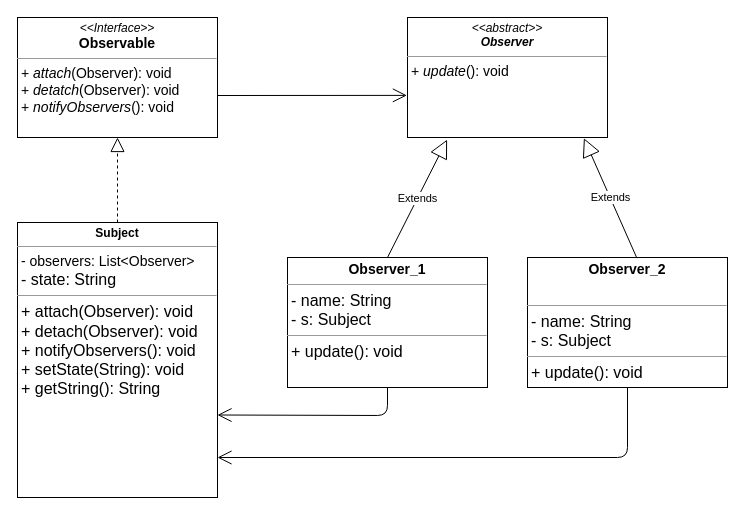
Earlier version of the draw.io diagram observer_class.drawio (HolgerSinComcaveTraining/04_patterns_observer_class). Source tidied: cells renumbered, new cells numbered last; positions are measured from the earlier drawing's top-left corner, leaving out a move shared by most shapes. Both pictures are drawn from the tidied source at 100%, with x=0, y=0 at pixel (17, 17).
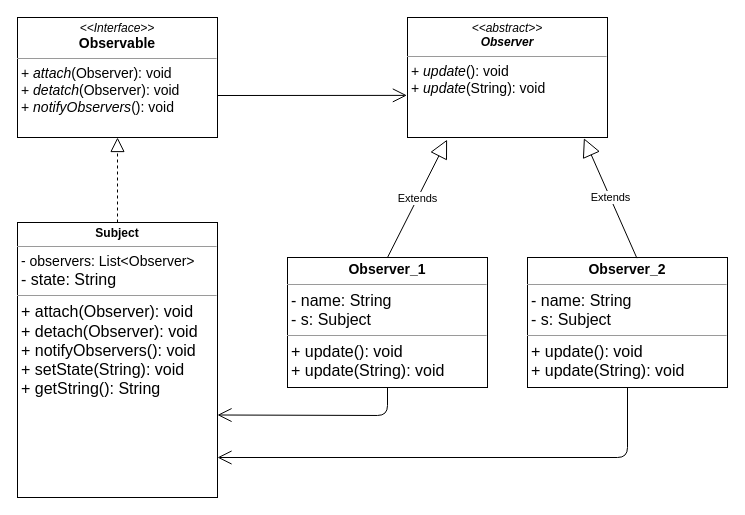
The same page after the edit.

Change to the diagram source:
```diff
@@
 <mxGraphModel>
   <root>
     <mxCell id="0" />
     <mxCell id="1" parent="0" />
-    <mxCell id="2" value="&lt;p style=&quot;margin: 0px ; margin-top: 4px ; text-align: center&quot;&gt;&lt;b&gt;&lt;font style=&quot;font-size: 14px&quot;&gt;Observer_1&lt;/font&gt;&lt;/b&gt;&lt;/p&gt;&lt;hr size=&quot;1&quot;&gt;&lt;p style=&quot;margin: 0px ; margin-left: 4px&quot;&gt;&lt;font size=&quot;3&quot;&gt;- name: String&lt;/font&gt;&lt;/p&gt;&lt;p style=&quot;margin: 0px ; margin-left: 4px&quot;&gt;&lt;font size=&quot;3&quot;&gt;- s: Subject&lt;/font&gt;&lt;/p&gt;&lt;hr size=&quot;1&quot;&gt;&lt;p style=&quot;margin: 0px ; margin-left: 4px&quot;&gt;&lt;font size=&quot;3&quot;&gt;+&amp;nbsp;&lt;/font&gt;&lt;span style=&quot;font-size: medium&quot;&gt;update&lt;/span&gt;&lt;font size=&quot;3&quot;&gt;(): void&lt;/font&gt;&lt;/p&gt;&lt;p style=&quot;margin: 0px ; margin-left: 4px&quot;&gt;&lt;br&gt;&lt;/p&gt;&lt;p style=&quot;margin: 0px ; margin-left: 4px&quot;&gt;&lt;font size=&quot;3&quot;&gt;&lt;br&gt;&lt;/font&gt;&lt;/p&gt;&lt;p style=&quot;margin: 0px ; margin-left: 4px&quot;&gt;&lt;font size=&quot;3&quot;&gt;&lt;br&gt;&lt;/font&gt;&lt;/p&gt;&lt;p style=&quot;margin: 0px ; margin-left: 4px&quot;&gt;&lt;br&gt;&lt;/p&gt;&lt;p style=&quot;margin: 0px ; margin-left: 4px&quot;&gt;&lt;br&gt;&lt;/p&gt;&lt;p style=&quot;margin: 0px ; margin-left: 4px&quot;&gt;&lt;br&gt;&lt;/p&gt;" style="verticalAlign=top;align=left;overflow=fill;fontSize=12;fontFamily=Helvetica;html=1;" parent="1" vertex="1">
+    <mxCell id="2" value="&lt;p style=&quot;margin: 0px ; margin-top: 4px ; text-align: center&quot;&gt;&lt;b&gt;&lt;font style=&quot;font-size: 14px&quot;&gt;Observer_1&lt;/font&gt;&lt;/b&gt;&lt;/p&gt;&lt;hr size=&quot;1&quot;&gt;&lt;p style=&quot;margin: 0px ; margin-left: 4px&quot;&gt;&lt;font size=&quot;3&quot;&gt;- name: String&lt;/font&gt;&lt;/p&gt;&lt;p style=&quot;margin: 0px ; margin-left: 4px&quot;&gt;&lt;font size=&quot;3&quot;&gt;- s: Subject&lt;/font&gt;&lt;/p&gt;&lt;hr size=&quot;1&quot;&gt;&lt;p style=&quot;margin: 0px ; margin-left: 4px&quot;&gt;&lt;font size=&quot;3&quot;&gt;+&amp;nbsp;&lt;/font&gt;&lt;span style=&quot;font-size: medium&quot;&gt;update&lt;/span&gt;&lt;font size=&quot;3&quot;&gt;(): void&lt;/font&gt;&lt;/p&gt;&lt;p style=&quot;margin: 0px 0px 0px 4px&quot;&gt;&lt;font size=&quot;3&quot;&gt;+&amp;nbsp;&lt;/font&gt;&lt;span style=&quot;font-size: medium&quot;&gt;update&lt;/span&gt;&lt;font size=&quot;3&quot;&gt;(String): void&lt;/font&gt;&lt;/p&gt;&lt;p style=&quot;margin: 0px 0px 0px 4px&quot;&gt;&lt;br&gt;&lt;/p&gt;&lt;p style=&quot;margin: 0px ; margin-left: 4px&quot;&gt;&lt;font size=&quot;3&quot;&gt;&lt;br&gt;&lt;/font&gt;&lt;/p&gt;&lt;p style=&quot;margin: 0px ; margin-left: 4px&quot;&gt;&lt;font size=&quot;3&quot;&gt;&lt;br&gt;&lt;/font&gt;&lt;/p&gt;&lt;p style=&quot;margin: 0px ; margin-left: 4px&quot;&gt;&lt;br&gt;&lt;/p&gt;&lt;p style=&quot;margin: 0px ; margin-left: 4px&quot;&gt;&lt;br&gt;&lt;/p&gt;&lt;p style=&quot;margin: 0px ; margin-left: 4px&quot;&gt;&lt;br&gt;&lt;/p&gt;" style="verticalAlign=top;align=left;overflow=fill;fontSize=12;fontFamily=Helvetica;html=1;" parent="1" vertex="1">
       <mxGeometry x="270" y="240" width="200" height="130" as="geometry" />
     </mxCell>
     <mxCell id="3" style="edgeStyle=orthogonalEdgeStyle;rounded=0;orthogonalLoop=1;jettySize=auto;html=1;exitX=0.5;exitY=1;exitDx=0;exitDy=0;" parent="1" edge="1" source="2" target="2">
       <mxGeometry relative="1" as="geometry" />
     </mxCell>
     <mxCell id="4" value="&lt;p style=&quot;margin: 0px ; margin-top: 4px ; text-align: center&quot;&gt;&lt;b&gt;&lt;font style=&quot;font-size: 12px&quot;&gt;Subject&lt;/font&gt;&lt;/b&gt;&lt;/p&gt;&lt;hr size=&quot;1&quot;&gt;&lt;p style=&quot;margin: 0px ; margin-left: 4px&quot;&gt;&lt;font style=&quot;font-size: 14px&quot;&gt;- observers: List&amp;lt;Observer&amp;gt;&lt;/font&gt;&lt;/p&gt;&lt;p style=&quot;margin: 0px ; margin-left: 4px&quot;&gt;&lt;font size=&quot;3&quot;&gt;- state: String&lt;/font&gt;&lt;/p&gt;&lt;hr size=&quot;1&quot;&gt;&lt;p style=&quot;margin: 0px ; margin-left: 4px&quot;&gt;&lt;font size=&quot;3&quot;&gt;+&amp;nbsp;attach(Observer): void&lt;/font&gt;&lt;/p&gt;&lt;p style=&quot;margin: 0px ; margin-left: 4px&quot;&gt;&lt;font size=&quot;3&quot;&gt;+ detach&lt;/font&gt;&lt;font size=&quot;3&quot;&gt;(Observer): void&lt;br&gt;+ notifyObservers(): void&lt;/font&gt;&lt;/p&gt;&lt;p style=&quot;margin: 0px ; margin-left: 4px&quot;&gt;&lt;font size=&quot;3&quot;&gt;+ setState(String): void&lt;/font&gt;&lt;/p&gt;&lt;p style=&quot;margin: 0px ; margin-left: 4px&quot;&gt;&lt;font size=&quot;3&quot;&gt;+ getString(): String&lt;/font&gt;&lt;/p&gt;&lt;br&gt;&lt;p style=&quot;margin: 0px ; margin-left: 4px&quot;&gt;&lt;font size=&quot;3&quot;&gt;&lt;br&gt;&lt;/font&gt;&lt;/p&gt;&lt;p style=&quot;margin: 0px ; margin-left: 4px&quot;&gt;&lt;font size=&quot;3&quot;&gt;&lt;br&gt;&lt;/font&gt;&lt;/p&gt;&lt;p style=&quot;margin: 0px ; margin-left: 4px&quot;&gt;&lt;br&gt;&lt;/p&gt;&lt;p style=&quot;margin: 0px ; margin-left: 4px&quot;&gt;&lt;br&gt;&lt;/p&gt;&lt;p style=&quot;margin: 0px ; margin-left: 4px&quot;&gt;&lt;br&gt;&lt;/p&gt;" style="verticalAlign=top;align=left;overflow=fill;fontSize=12;fontFamily=Helvetica;html=1;" parent="1" vertex="1">
       <mxGeometry y="205" width="200" height="275" as="geometry" />
     </mxCell>
     <mxCell id="5" style="edgeStyle=orthogonalEdgeStyle;rounded=0;orthogonalLoop=1;jettySize=auto;html=1;exitX=0.5;exitY=1;exitDx=0;exitDy=0;" parent="1" edge="1">
       <mxGeometry relative="1" as="geometry">
         <mxPoint x="290" y="240" as="sourcePoint" />
         <mxPoint x="290" y="240" as="targetPoint" />
       </mxGeometry>
     </mxCell>
     <mxCell id="6" value="&lt;p style=&quot;margin: 0px ; margin-top: 4px ; text-align: center&quot;&gt;&lt;i&gt;&amp;lt;&amp;lt;Interface&amp;gt;&amp;gt;&lt;/i&gt;&lt;br&gt;&lt;b&gt;&lt;font style=&quot;font-size: 14px&quot;&gt;Observable&lt;/font&gt;&lt;/b&gt;&lt;/p&gt;&lt;hr size=&quot;1&quot;&gt;&lt;p style=&quot;margin: 0px ; margin-left: 4px&quot;&gt;&lt;font style=&quot;font-size: 14px&quot;&gt;+ &lt;i&gt;attach&lt;/i&gt;(Observer): void&lt;br&gt;+ &lt;i&gt;detatch&lt;/i&gt;(Observer): void&lt;br&gt;&lt;/font&gt;&lt;/p&gt;&lt;p style=&quot;margin: 0px ; margin-left: 4px&quot;&gt;&lt;font style=&quot;font-size: 14px&quot;&gt;+ &lt;i&gt;notifyObservers&lt;/i&gt;(): void&lt;/font&gt;&lt;br&gt;&lt;/p&gt;" style="verticalAlign=top;align=left;overflow=fill;fontSize=12;fontFamily=Helvetica;html=1;" parent="1" vertex="1">
       <mxGeometry width="200" height="120" as="geometry" />
     </mxCell>
-    <mxCell id="7" value="&lt;p style=&quot;margin: 0px ; margin-top: 4px ; text-align: center&quot;&gt;&lt;i&gt;&amp;lt;&amp;lt;abstract&amp;gt;&amp;gt;&lt;/i&gt;&lt;br&gt;&lt;b&gt;&lt;i&gt;Observer&lt;/i&gt;&lt;/b&gt;&lt;/p&gt;&lt;hr size=&quot;1&quot;&gt;&lt;p style=&quot;margin: 0px ; margin-left: 4px&quot;&gt;&lt;span style=&quot;font-size: 14px&quot;&gt;+ &lt;/span&gt;&lt;i style=&quot;font-size: 14px&quot;&gt;update&lt;/i&gt;&lt;span style=&quot;font-size: 14px&quot;&gt;(): void&lt;/span&gt;&lt;br&gt;&lt;/p&gt;" style="verticalAlign=top;align=left;overflow=fill;fontSize=12;fontFamily=Helvetica;html=1;" parent="1" vertex="1">
+    <mxCell id="7" value="&lt;p style=&quot;margin: 0px ; margin-top: 4px ; text-align: center&quot;&gt;&lt;i&gt;&amp;lt;&amp;lt;abstract&amp;gt;&amp;gt;&lt;/i&gt;&lt;br&gt;&lt;b&gt;&lt;i&gt;Observer&lt;/i&gt;&lt;/b&gt;&lt;/p&gt;&lt;hr size=&quot;1&quot;&gt;&lt;p style=&quot;margin: 0px ; margin-left: 4px&quot;&gt;&lt;span style=&quot;font-size: 14px&quot;&gt;+ &lt;/span&gt;&lt;i style=&quot;font-size: 14px&quot;&gt;update&lt;/i&gt;&lt;span style=&quot;font-size: 14px&quot;&gt;(): void&lt;/span&gt;&lt;br&gt;&lt;/p&gt;&lt;p style=&quot;margin: 0px ; margin-left: 4px&quot;&gt;&lt;span style=&quot;font-size: 14px&quot;&gt;+&amp;nbsp;&lt;/span&gt;&lt;i style=&quot;font-size: 14px&quot;&gt;update&lt;/i&gt;&lt;span style=&quot;font-size: 14px&quot;&gt;(String): void&lt;/span&gt;&lt;span style=&quot;font-size: 14px&quot;&gt;&lt;br&gt;&lt;/span&gt;&lt;/p&gt;" style="verticalAlign=top;align=left;overflow=fill;fontSize=12;fontFamily=Helvetica;html=1;" parent="1" vertex="1">
       <mxGeometry x="390" width="200" height="120" as="geometry" />
     </mxCell>
     <mxCell id="8" style="endArrow=block;dashed=1;endFill=0;endSize=12;html=1;exitX=0.5;exitY=0;exitDx=0;exitDy=0;entryX=0.5;entryY=1;entryDx=0;entryDy=0;" parent="1" edge="1" source="4" target="6">
       <mxGeometry relative="1" as="geometry" />
     </mxCell>
-    <mxCell id="9" value="&lt;p style=&quot;margin: 0px ; margin-top: 4px ; text-align: center&quot;&gt;&lt;b&gt;&lt;font style=&quot;font-size: 14px&quot;&gt;Observer_2&lt;/font&gt;&lt;/b&gt;&lt;/p&gt;&lt;p style=&quot;margin: 0px ; margin-top: 4px ; text-align: center&quot;&gt;&lt;b&gt;&lt;font style=&quot;font-size: 14px&quot;&gt;&lt;br&gt;&lt;/font&gt;&lt;/b&gt;&lt;/p&gt;&lt;hr size=&quot;1&quot;&gt;&lt;p style=&quot;margin: 0px ; margin-left: 4px&quot;&gt;&lt;font size=&quot;3&quot;&gt;- name: String&lt;/font&gt;&lt;/p&gt;&lt;p style=&quot;margin: 0px ; margin-left: 4px&quot;&gt;&lt;font size=&quot;3&quot;&gt;- s: Subject&lt;/font&gt;&lt;/p&gt;&lt;hr size=&quot;1&quot;&gt;&lt;p style=&quot;margin: 0px ; margin-left: 4px&quot;&gt;&lt;font size=&quot;3&quot;&gt;+&amp;nbsp;&lt;/font&gt;&lt;span style=&quot;font-size: medium&quot;&gt;update&lt;/span&gt;&lt;font size=&quot;3&quot;&gt;(): void&lt;/font&gt;&lt;/p&gt;&lt;p style=&quot;margin: 0px ; margin-left: 4px&quot;&gt;&lt;br&gt;&lt;/p&gt;&lt;p style=&quot;margin: 0px ; margin-left: 4px&quot;&gt;&lt;font size=&quot;3&quot;&gt;&lt;br&gt;&lt;/font&gt;&lt;/p&gt;&lt;p style=&quot;margin: 0px ; margin-left: 4px&quot;&gt;&lt;font size=&quot;3&quot;&gt;&lt;br&gt;&lt;/font&gt;&lt;/p&gt;&lt;p style=&quot;margin: 0px ; margin-left: 4px&quot;&gt;&lt;br&gt;&lt;/p&gt;&lt;p style=&quot;margin: 0px ; margin-left: 4px&quot;&gt;&lt;br&gt;&lt;/p&gt;&lt;p style=&quot;margin: 0px ; margin-left: 4px&quot;&gt;&lt;br&gt;&lt;/p&gt;" style="verticalAlign=top;align=left;overflow=fill;fontSize=12;fontFamily=Helvetica;html=1;" parent="1" vertex="1">
+    <mxCell id="9" value="&lt;p style=&quot;margin: 0px ; margin-top: 4px ; text-align: center&quot;&gt;&lt;b&gt;&lt;font style=&quot;font-size: 14px&quot;&gt;Observer_2&lt;/font&gt;&lt;/b&gt;&lt;/p&gt;&lt;hr size=&quot;1&quot;&gt;&lt;p style=&quot;margin: 0px ; margin-left: 4px&quot;&gt;&lt;font size=&quot;3&quot;&gt;- name: String&lt;/font&gt;&lt;/p&gt;&lt;p style=&quot;margin: 0px ; margin-left: 4px&quot;&gt;&lt;font size=&quot;3&quot;&gt;- s: Subject&lt;/font&gt;&lt;/p&gt;&lt;hr size=&quot;1&quot;&gt;&lt;p style=&quot;margin: 0px ; margin-left: 4px&quot;&gt;&lt;font size=&quot;3&quot;&gt;+&amp;nbsp;&lt;/font&gt;&lt;span style=&quot;font-size: medium&quot;&gt;update&lt;/span&gt;&lt;font size=&quot;3&quot;&gt;(): void&lt;/font&gt;&lt;/p&gt;&lt;p style=&quot;margin: 0px 0px 0px 4px&quot;&gt;&lt;font size=&quot;3&quot;&gt;+&amp;nbsp;&lt;/font&gt;&lt;span style=&quot;font-size: medium&quot;&gt;update&lt;/span&gt;&lt;font size=&quot;3&quot;&gt;(String): void&lt;/font&gt;&lt;/p&gt;&lt;p style=&quot;margin: 0px 0px 0px 4px&quot;&gt;&lt;br&gt;&lt;/p&gt;&lt;p style=&quot;margin: 0px ; margin-left: 4px&quot;&gt;&lt;br&gt;&lt;/p&gt;&lt;p style=&quot;margin: 0px ; margin-left: 4px&quot;&gt;&lt;font size=&quot;3&quot;&gt;&lt;br&gt;&lt;/font&gt;&lt;/p&gt;&lt;p style=&quot;margin: 0px ; margin-left: 4px&quot;&gt;&lt;font size=&quot;3&quot;&gt;&lt;br&gt;&lt;/font&gt;&lt;/p&gt;&lt;p style=&quot;margin: 0px ; margin-left: 4px&quot;&gt;&lt;br&gt;&lt;/p&gt;&lt;p style=&quot;margin: 0px ; margin-left: 4px&quot;&gt;&lt;br&gt;&lt;/p&gt;&lt;p style=&quot;margin: 0px ; margin-left: 4px&quot;&gt;&lt;br&gt;&lt;/p&gt;" style="verticalAlign=top;align=left;overflow=fill;fontSize=12;fontFamily=Helvetica;html=1;" parent="1" vertex="1">
       <mxGeometry x="510" y="240" width="200" height="130" as="geometry" />
     </mxCell>
     <mxCell id="10" value="Extends" style="endArrow=block;endSize=16;endFill=0;html=1;exitX=0.5;exitY=0;exitDx=0;exitDy=0;entryX=0.198;entryY=1.018;entryDx=0;entryDy=0;entryPerimeter=0;" parent="1" edge="1" source="2" target="7">
       <mxGeometry relative="1" as="geometry" />
     </mxCell>
     <mxCell id="11" value="Extends" style="endArrow=block;endSize=16;endFill=0;html=1;exitX=0.547;exitY=0.005;exitDx=0;exitDy=0;exitPerimeter=0;entryX=0.882;entryY=1.006;entryDx=0;entryDy=0;entryPerimeter=0;" parent="1" edge="1" source="9" target="7">
       <mxGeometry relative="1" as="geometry" />
     </mxCell>
-    <mxCell id="12" style="endArrow=open;endFill=1;endSize=12;html=1;" parent="1" edge="1">
+    <mxCell id="12" style="endArrow=open;endFill=1;endSize=12;html=1;exitX=0.5;exitY=1;exitDx=0;exitDy=0;" parent="1" edge="1" source="9">
       <mxGeometry relative="1" as="geometry">
-        <mxPoint x="610" y="370" as="sourcePoint" />
         <mxPoint x="200" y="440" as="targetPoint" />
         <Array as="points">
           <mxPoint x="610" y="440" />
         </Array>
       </mxGeometry>
     </mxCell>
     <mxCell id="13" style="endArrow=open;endFill=1;endSize=12;html=1;exitX=0.5;exitY=1;exitDx=0;exitDy=0;entryX=1;entryY=0.7;entryDx=0;entryDy=0;entryPerimeter=0;" parent="1" edge="1" source="2" target="4">
       <mxGeometry relative="1" as="geometry">
         <Array as="points">
           <mxPoint x="370" y="398" />
         </Array>
       </mxGeometry>
     </mxCell>
     <mxCell id="14" style="endArrow=open;endFill=1;endSize=12;html=1;entryX=-0.003;entryY=0.649;entryDx=0;entryDy=0;entryPerimeter=0;" parent="1" edge="1" target="7">
       <mxGeometry relative="1" as="geometry">
         <mxPoint x="200" y="78" as="sourcePoint" />
       </mxGeometry>
     </mxCell>
   </root>
 </mxGraphModel>
```
